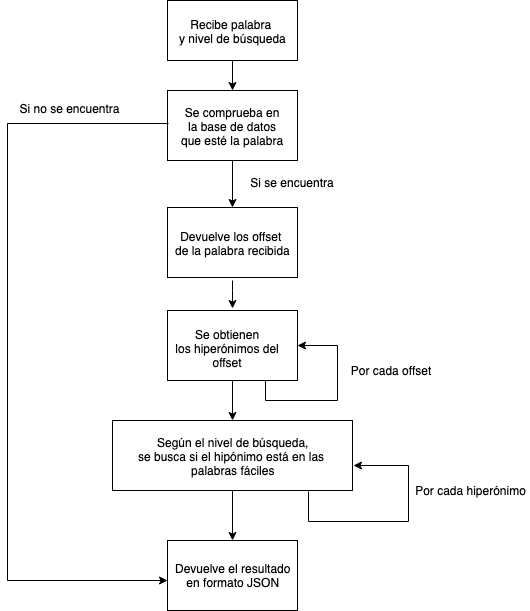
NILGroup/TFG-1819-Analogias keeps this draw.io diagram as Memoria/Imagenes/Bitmap/Capitulo4/ServiciosWeb/DiagramaFlujoHiperonimos.png. Above is the earlier version. Source tidied: cells renumbered, new cells last; positions are measured from the earlier drawing's top-left corner, leaving out a move shared by most shapes. Its diagram source:
```xml
<mxGraphModel>
  <root>
    <mxCell id="0" />
    <mxCell id="1" parent="0" />
    <mxCell id="2" style="rounded=0;whiteSpace=wrap;html=1;" parent="1" vertex="1">
      <mxGeometry x="160" width="130" height="60" as="geometry" />
    </mxCell>
    <mxCell id="3" style="rounded=0;whiteSpace=wrap;html=1;" parent="1" vertex="1">
      <mxGeometry x="160" width="130" height="60" as="geometry" />
    </mxCell>
    <mxCell id="4" style="edgeStyle=orthogonalEdgeStyle;rounded=0;jettySize=auto;html=1;entryX=0.5;entryY=0;entryDx=0;entryDy=0;exitX=0.5;exitY=1;exitDx=0;exitDy=0;" parent="1" edge="1" source="3" target="6">
      <mxGeometry relative="1" as="geometry" />
    </mxCell>
    <mxCell id="5" value="Recibe palabra&amp;nbsp;&lt;br&gt;y nivel de búsqueda&lt;br&gt;" style="text;html=1;align=center;verticalAlign=top;spacingTop=-4;" parent="1" vertex="1">
      <mxGeometry x="165" y="15" width="120" height="30" as="geometry" />
    </mxCell>
    <mxCell id="6" style="rounded=0;whiteSpace=wrap;html=1;" parent="1" vertex="1">
      <mxGeometry x="160" y="90" width="130" height="70" as="geometry" />
    </mxCell>
    <mxCell id="7" value="Se comprueba en&lt;br&gt;&amp;nbsp;la base de datos &lt;br&gt;que esté la palabra&lt;br&gt;" style="text;html=1;align=center;verticalAlign=top;spacingTop=-4;" parent="1" vertex="1">
      <mxGeometry x="165" y="103" width="120" height="40" as="geometry" />
    </mxCell>
    <mxCell id="8" style="edgeStyle=orthogonalEdgeStyle;rounded=0;jettySize=auto;html=1;entryX=0.5;entryY=0;entryDx=0;entryDy=0;" parent="1" edge="1" target="9">
      <mxGeometry relative="1" as="geometry">
        <mxPoint x="225" y="160" as="sourcePoint" />
      </mxGeometry>
    </mxCell>
    <mxCell id="9" style="rounded=0;whiteSpace=wrap;html=1;" parent="1" vertex="1">
      <mxGeometry x="160" y="207" width="130" height="70" as="geometry" />
    </mxCell>
    <mxCell id="10" style="edgeStyle=orthogonalEdgeStyle;rounded=0;orthogonalLoop=1;jettySize=auto;html=1;" parent="1" edge="1">
      <mxGeometry relative="1" as="geometry">
        <mxPoint x="225" y="280" as="sourcePoint" />
        <mxPoint x="225" y="308" as="targetPoint" />
        <Array as="points">
          <mxPoint x="225" y="290" />
          <mxPoint x="225" y="290" />
        </Array>
      </mxGeometry>
    </mxCell>
    <mxCell id="11" value="Devuelve los offset&amp;nbsp;&lt;br&gt;de la palabra recibida&lt;br&gt;" style="text;html=1;align=center;verticalAlign=top;spacingTop=-4;" parent="1" vertex="1">
      <mxGeometry x="160" y="227" width="130" height="30" as="geometry" />
    </mxCell>
    <mxCell id="12" value="Si se encuentra" style="text;html=1;strokeColor=none;fillColor=none;align=center;verticalAlign=middle;whiteSpace=wrap;rounded=0;" parent="1" vertex="1">
      <mxGeometry x="235" y="172" width="100" height="20" as="geometry" />
    </mxCell>
    <mxCell id="13" style="edgeStyle=orthogonalEdgeStyle;rounded=0;jettySize=auto;html=1;exitX=0.5;exitY=1;exitDx=0;exitDy=0;entryX=0.5;entryY=0;entryDx=0;entryDy=0;" parent="1" edge="1" source="14" target="19">
      <mxGeometry relative="1" as="geometry" />
    </mxCell>
    <mxCell id="14" style="rounded=0;whiteSpace=wrap;html=1;" parent="1" vertex="1">
      <mxGeometry x="160" y="310" width="130" height="70" as="geometry" />
    </mxCell>
    <mxCell id="15" value="Se obtienen&lt;br&gt;&amp;nbsp;los hiperónimos del&amp;nbsp;&lt;br&gt;offset&lt;br&gt;" style="text;html=1;align=center;verticalAlign=top;spacingTop=-4;" parent="1" vertex="1">
      <mxGeometry x="155" y="325" width="130" height="40" as="geometry" />
    </mxCell>
    <mxCell id="16" style="edgeStyle=orthogonalEdgeStyle;rounded=0;orthogonalLoop=1;jettySize=auto;html=1;exitX=0.75;exitY=1;exitDx=0;exitDy=0;entryX=1;entryY=0.5;entryDx=0;entryDy=0;" parent="1" edge="1" source="14" target="14">
      <mxGeometry relative="1" as="geometry">
        <Array as="points">
          <mxPoint x="258" y="400" />
          <mxPoint x="330" y="400" />
          <mxPoint x="330" y="345" />
        </Array>
      </mxGeometry>
    </mxCell>
    <mxCell id="17" value="Por cada offset" style="text;html=1;strokeColor=none;fillColor=none;align=center;verticalAlign=middle;whiteSpace=wrap;rounded=0;" parent="1" vertex="1">
      <mxGeometry x="333" y="360" width="100" height="20" as="geometry" />
    </mxCell>
    <mxCell id="18" style="edgeStyle=orthogonalEdgeStyle;rounded=0;jettySize=auto;html=1;exitX=0.5;exitY=1;exitDx=0;exitDy=0;" parent="1" edge="1" source="19" target="20">
      <mxGeometry relative="1" as="geometry" />
    </mxCell>
    <mxCell id="19" style="rounded=0;whiteSpace=wrap;html=1;" parent="1" vertex="1">
      <mxGeometry x="105" y="420" width="240" height="70" as="geometry" />
    </mxCell>
    <mxCell id="20" style="rounded=0;whiteSpace=wrap;html=1;" parent="1" vertex="1">
      <mxGeometry x="160" y="540" width="130" height="70" as="geometry" />
    </mxCell>
    <mxCell id="21" value="Según el nivel de búsqueda,&lt;br&gt;se busca si el hipónimo está en las&amp;nbsp;&lt;br&gt;palabras fáciles&lt;br&gt;" style="text;html=1;align=center;verticalAlign=top;spacingTop=-4;" parent="1" vertex="1">
      <mxGeometry x="125" y="433" width="200" height="40" as="geometry" />
    </mxCell>
    <mxCell id="22" value="Devuelve el resultado&lt;br&gt;en formato JSON&lt;br&gt;" style="text;html=1;align=center;verticalAlign=top;spacingTop=-4;" parent="1" vertex="1">
      <mxGeometry x="160" y="559" width="130" height="30" as="geometry" />
    </mxCell>
    <mxCell id="23" value="Por cada hiperónimo" style="text;html=1;strokeColor=none;fillColor=none;align=center;verticalAlign=middle;whiteSpace=wrap;rounded=0;" parent="1" vertex="1">
      <mxGeometry x="405" y="480" width="117" height="20" as="geometry" />
    </mxCell>
    <mxCell id="24" style="edgeStyle=orthogonalEdgeStyle;rounded=0;orthogonalLoop=1;jettySize=auto;html=1;entryX=1;entryY=0.629;entryDx=0;entryDy=0;entryPerimeter=0;" parent="1" edge="1">
      <mxGeometry relative="1" as="geometry">
        <mxPoint x="301" y="491" as="sourcePoint" />
        <mxPoint x="345.5" y="465" as="targetPoint" />
        <Array as="points">
          <mxPoint x="300.5" y="521" />
          <mxPoint x="400.5" y="521" />
          <mxPoint x="400.5" y="465" />
        </Array>
      </mxGeometry>
    </mxCell>
    <mxCell id="25" style="edgeStyle=orthogonalEdgeStyle;rounded=0;orthogonalLoop=1;jettySize=auto;html=1;exitX=-0.033;exitY=0.5;exitDx=0;exitDy=0;exitPerimeter=0;" parent="1" edge="1">
      <mxGeometry relative="1" as="geometry">
        <mxPoint x="161" y="123" as="sourcePoint" />
        <mxPoint x="160" y="580" as="targetPoint" />
        <Array as="points">
          <mxPoint y="123" />
          <mxPoint y="580" />
          <mxPoint x="160" y="580" />
        </Array>
      </mxGeometry>
    </mxCell>
    <mxCell id="26" value="Si no se encuentra" style="text;html=1;strokeColor=none;fillColor=none;align=center;verticalAlign=middle;whiteSpace=wrap;rounded=0;" parent="1" vertex="1">
      <mxGeometry x="5" y="98" width="115" height="20" as="geometry" />
    </mxCell>
  </root>
</mxGraphModel>
```
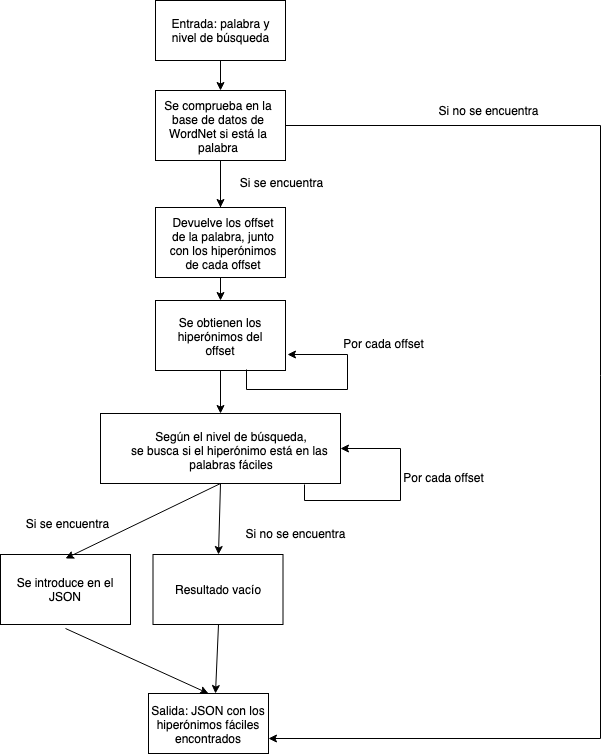
After the change.

Change to the diagram source:
```diff
@@ -2,111 +2,130 @@
   <root>
     <mxCell id="0" />
     <mxCell id="1" parent="0" />
-    <mxCell id="2" style="rounded=0;whiteSpace=wrap;html=1;" parent="1" vertex="1">
-      <mxGeometry x="160" width="130" height="60" as="geometry" />
-    </mxCell>
-    <mxCell id="3" style="rounded=0;whiteSpace=wrap;html=1;" parent="1" vertex="1">
-      <mxGeometry x="160" width="130" height="60" as="geometry" />
-    </mxCell>
-    <mxCell id="4" style="edgeStyle=orthogonalEdgeStyle;rounded=0;jettySize=auto;html=1;entryX=0.5;entryY=0;entryDx=0;entryDy=0;exitX=0.5;exitY=1;exitDx=0;exitDy=0;" parent="1" edge="1" source="3" target="6">
-      <mxGeometry relative="1" as="geometry" />
-    </mxCell>
-    <mxCell id="5" value="Recibe palabra&amp;nbsp;&lt;br&gt;y nivel de búsqueda&lt;br&gt;" style="text;html=1;align=center;verticalAlign=top;spacingTop=-4;" parent="1" vertex="1">
-      <mxGeometry x="165" y="15" width="120" height="30" as="geometry" />
-    </mxCell>
-    <mxCell id="6" style="rounded=0;whiteSpace=wrap;html=1;" parent="1" vertex="1">
-      <mxGeometry x="160" y="90" width="130" height="70" as="geometry" />
-    </mxCell>
-    <mxCell id="7" value="Se comprueba en&lt;br&gt;&amp;nbsp;la base de datos &lt;br&gt;que esté la palabra&lt;br&gt;" style="text;html=1;align=center;verticalAlign=top;spacingTop=-4;" parent="1" vertex="1">
-      <mxGeometry x="165" y="103" width="120" height="40" as="geometry" />
-    </mxCell>
-    <mxCell id="8" style="edgeStyle=orthogonalEdgeStyle;rounded=0;jettySize=auto;html=1;entryX=0.5;entryY=0;entryDx=0;entryDy=0;" parent="1" edge="1" target="9">
-      <mxGeometry relative="1" as="geometry">
-        <mxPoint x="225" y="160" as="sourcePoint" />
-      </mxGeometry>
-    </mxCell>
-    <mxCell id="9" style="rounded=0;whiteSpace=wrap;html=1;" parent="1" vertex="1">
-      <mxGeometry x="160" y="207" width="130" height="70" as="geometry" />
-    </mxCell>
-    <mxCell id="10" style="edgeStyle=orthogonalEdgeStyle;rounded=0;orthogonalLoop=1;jettySize=auto;html=1;" parent="1" edge="1">
-      <mxGeometry relative="1" as="geometry">
-        <mxPoint x="225" y="280" as="sourcePoint" />
-        <mxPoint x="225" y="308" as="targetPoint" />
-        <Array as="points">
-          <mxPoint x="225" y="290" />
-          <mxPoint x="225" y="290" />
-        </Array>
-      </mxGeometry>
-    </mxCell>
-    <mxCell id="11" value="Devuelve los offset&amp;nbsp;&lt;br&gt;de la palabra recibida&lt;br&gt;" style="text;html=1;align=center;verticalAlign=top;spacingTop=-4;" parent="1" vertex="1">
-      <mxGeometry x="160" y="227" width="130" height="30" as="geometry" />
-    </mxCell>
-    <mxCell id="12" value="Si se encuentra" style="text;html=1;strokeColor=none;fillColor=none;align=center;verticalAlign=middle;whiteSpace=wrap;rounded=0;" parent="1" vertex="1">
-      <mxGeometry x="235" y="172" width="100" height="20" as="geometry" />
-    </mxCell>
-    <mxCell id="13" style="edgeStyle=orthogonalEdgeStyle;rounded=0;jettySize=auto;html=1;exitX=0.5;exitY=1;exitDx=0;exitDy=0;entryX=0.5;entryY=0;entryDx=0;entryDy=0;" parent="1" edge="1" source="14" target="19">
-      <mxGeometry relative="1" as="geometry" />
-    </mxCell>
-    <mxCell id="14" style="rounded=0;whiteSpace=wrap;html=1;" parent="1" vertex="1">
-      <mxGeometry x="160" y="310" width="130" height="70" as="geometry" />
-    </mxCell>
+    <mxCell id="27" style="rounded=0;whiteSpace=wrap;html=1;" parent="1" vertex="1">
+      <mxGeometry x="-45" y="-40" width="130" height="60" as="geometry" />
+    </mxCell>
+    <mxCell id="28" style="edgeStyle=orthogonalEdgeStyle;rounded=0;jettySize=auto;html=1;entryX=0.5;entryY=0;entryDx=0;entryDy=0;exitX=0.5;exitY=1;exitDx=0;exitDy=0;" parent="1" edge="1" source="27" target="30">
+      <mxGeometry relative="1" as="geometry" />
+    </mxCell>
+    <mxCell id="29" style="edgeStyle=orthogonalEdgeStyle;rounded=0;jettySize=auto;html=1;" parent="1" edge="1" source="30">
+      <mxGeometry relative="1" as="geometry">
+        <mxPoint x="20" y="180" as="targetPoint" />
+      </mxGeometry>
+    </mxCell>
+    <mxCell id="30" style="rounded=0;whiteSpace=wrap;html=1;" parent="1" vertex="1">
+      <mxGeometry x="-45" y="50" width="130" height="70" as="geometry" />
+    </mxCell>
+    <mxCell id="31" style="edgeStyle=orthogonalEdgeStyle;rounded=0;jettySize=auto;html=1;entryX=0.5;entryY=0;entryDx=0;entryDy=0;" parent="1" edge="1" target="33">
+      <mxGeometry relative="1" as="geometry">
+        <mxPoint x="20" y="120" as="sourcePoint" />
+      </mxGeometry>
+    </mxCell>
+    <mxCell id="32" style="edgeStyle=orthogonalEdgeStyle;rounded=0;jettySize=auto;html=1;exitX=0.5;exitY=1;exitDx=0;exitDy=0;entryX=0.5;entryY=0;entryDx=0;entryDy=0;" parent="1" edge="1" source="33" target="52">
+      <mxGeometry relative="1" as="geometry" />
+    </mxCell>
+    <mxCell id="33" style="rounded=0;whiteSpace=wrap;html=1;" parent="1" vertex="1">
+      <mxGeometry x="-45" y="167" width="130" height="70" as="geometry" />
+    </mxCell>
+    <mxCell id="34" style="rounded=0;whiteSpace=wrap;html=1;" parent="1" vertex="1">
+      <mxGeometry x="-100" y="373" width="240" height="70" as="geometry" />
+    </mxCell>
+    <mxCell id="35" value="Según el nivel de búsqueda,&lt;br&gt;se busca si el hiperónimo está en las&amp;nbsp;&lt;br&gt;palabras fáciles&lt;br&gt;" style="text;html=1;align=center;verticalAlign=top;spacingTop=-4;" parent="1" vertex="1">
+      <mxGeometry x="-79" y="387" width="220" height="40" as="geometry" />
+    </mxCell>
+    <mxCell id="36" value="Si se encuentra" style="text;html=1;strokeColor=none;fillColor=none;align=center;verticalAlign=middle;whiteSpace=wrap;rounded=0;" parent="1" vertex="1">
+      <mxGeometry x="30" y="132" width="100" height="20" as="geometry" />
+    </mxCell>
+    <mxCell id="37" value="Se introduce en el JSON" style="rounded=0;whiteSpace=wrap;html=1;" parent="1" vertex="1">
+      <mxGeometry x="-200" y="514" width="130" height="70" as="geometry" />
+    </mxCell>
+    <mxCell id="38" value="Entrada: palabra y nivel de búsqueda" style="text;html=1;strokeColor=none;fillColor=none;align=center;verticalAlign=middle;whiteSpace=wrap;rounded=0;" parent="1" vertex="1">
+      <mxGeometry x="-35" y="-40" width="110" height="60" as="geometry" />
+    </mxCell>
+    <mxCell id="39" value="Se comprueba en la base de datos de WordNet si está la palabra" style="text;html=1;strokeColor=none;fillColor=none;align=center;verticalAlign=middle;whiteSpace=wrap;rounded=0;" parent="1" vertex="1">
+      <mxGeometry x="-45" y="50" width="125" height="70" as="geometry" />
+    </mxCell>
+    <mxCell id="40" value="Devuelve los offset de la palabra, junto con los hiperónimos de cada offset" style="text;html=1;strokeColor=none;fillColor=none;align=center;verticalAlign=middle;whiteSpace=wrap;rounded=0;" parent="1" vertex="1">
+      <mxGeometry x="-35" y="172" width="115" height="60" as="geometry" />
+    </mxCell>
+    <mxCell id="41" style="endArrow=classic;html=1;exitX=0.5;exitY=1;exitDx=0;exitDy=0;entryX=0.5;entryY=0;entryDx=0;entryDy=0;" parent="1" edge="1" source="34">
+      <mxGeometry relative="1" as="geometry">
+        <mxPoint x="-135" y="518" as="targetPoint" />
+      </mxGeometry>
+    </mxCell>
+    <mxCell id="42" value="Resultado vacío" style="rounded=0;whiteSpace=wrap;html=1;" parent="1" vertex="1">
+      <mxGeometry x="-47.5" y="514" width="130" height="70" as="geometry" />
+    </mxCell>
+    <mxCell id="43" style="endArrow=classic;html=1;exitX=0.5;exitY=1;exitDx=0;exitDy=0;entryX=0.5;entryY=0;entryDx=0;entryDy=0;" parent="1" edge="1" source="34" target="42">
+      <mxGeometry relative="1" as="geometry" />
+    </mxCell>
+    <mxCell id="44" value="Si se encuentra" style="text;html=1;strokeColor=none;fillColor=none;align=center;verticalAlign=middle;whiteSpace=wrap;rounded=0;" parent="1" vertex="1">
+      <mxGeometry x="-189" y="472.5" width="110" height="20" as="geometry" />
+    </mxCell>
+    <mxCell id="45" value="Si no se encuentra" style="text;html=1;strokeColor=none;fillColor=none;align=center;verticalAlign=middle;whiteSpace=wrap;rounded=0;" parent="1" vertex="1">
+      <mxGeometry x="30" y="482.5" width="130" height="20" as="geometry" />
+    </mxCell>
+    <mxCell id="46" style="endArrow=classic;html=1;exitX=0.85;exitY=1.014;exitDx=0;exitDy=0;exitPerimeter=0;entryX=1;entryY=0.5;entryDx=0;entryDy=0;rounded=0;" parent="1" edge="1" source="34" target="34">
+      <mxGeometry relative="1" as="geometry">
+        <Array as="points">
+          <mxPoint x="104" y="460" />
+          <mxPoint x="200" y="460" />
+          <mxPoint x="200" y="408" />
+        </Array>
+      </mxGeometry>
+    </mxCell>
+    <mxCell id="17" value="Por cada offset" style="text;html=1;strokeColor=none;fillColor=none;align=center;verticalAlign=middle;whiteSpace=wrap;rounded=0;" parent="1" vertex="1">
+      <mxGeometry x="183.5" y="427" width="120" height="20" as="geometry" />
+    </mxCell>
+    <mxCell id="47" value="Salida: JSON con los hiperónimos fáciles encontrados" style="rounded=0;whiteSpace=wrap;html=1;" parent="1" vertex="1">
+      <mxGeometry x="-52" y="653" width="120" height="60" as="geometry" />
+    </mxCell>
+    <mxCell id="48" style="endArrow=classic;html=1;exitX=0.5;exitY=1;exitDx=0;exitDy=0;entryX=0.5;entryY=0;entryDx=0;entryDy=0;" parent="1" edge="1" target="47">
+      <mxGeometry relative="1" as="geometry">
+        <mxPoint x="-135" y="588" as="sourcePoint" />
+      </mxGeometry>
+    </mxCell>
+    <mxCell id="49" style="endArrow=classic;html=1;exitX=0.5;exitY=1;exitDx=0;exitDy=0;" parent="1" edge="1" source="42">
+      <mxGeometry relative="1" as="geometry">
+        <mxPoint x="15" y="653" as="targetPoint" />
+      </mxGeometry>
+    </mxCell>
+    <mxCell id="50" style="endArrow=classic;html=1;exitX=1;exitY=0.5;exitDx=0;exitDy=0;entryX=1;entryY=0.75;entryDx=0;entryDy=0;rounded=0;" parent="1" edge="1" source="30" target="47">
+      <mxGeometry relative="1" as="geometry">
+        <Array as="points">
+          <mxPoint x="400" y="85" />
+          <mxPoint x="400" y="335" />
+          <mxPoint x="400" y="698" />
+        </Array>
+      </mxGeometry>
+    </mxCell>
+    <mxCell id="51" value="Si no se encuentra" style="text;html=1;strokeColor=none;fillColor=none;align=center;verticalAlign=middle;whiteSpace=wrap;rounded=0;" parent="1" vertex="1">
+      <mxGeometry x="225" y="60" width="125" height="20" as="geometry" />
+    </mxCell>
+    <mxCell id="52" style="rounded=0;whiteSpace=wrap;html=1;" parent="1" vertex="1">
+      <mxGeometry x="-45" y="260" width="130" height="70" as="geometry" />
+    </mxCell>
+    <mxCell id="53" style="edgeStyle=orthogonalEdgeStyle;rounded=0;jettySize=auto;html=1;entryX=0.5;entryY=0;entryDx=0;entryDy=0;" parent="1" edge="1" target="34">
+      <mxGeometry relative="1" as="geometry">
+        <mxPoint x="20" y="330" as="sourcePoint" />
+      </mxGeometry>
+    </mxCell>
+    <mxCell id="54" style="edgeStyle=orthogonalEdgeStyle;rounded=0;orthogonalLoop=1;jettySize=auto;html=1;exitX=0.75;exitY=1;exitDx=0;exitDy=0;" parent="1" edge="1">
+      <mxGeometry relative="1" as="geometry">
+        <mxPoint x="46" y="329" as="sourcePoint" />
+        <mxPoint x="87" y="314" as="targetPoint" />
+        <Array as="points">
+          <mxPoint x="46" y="349" />
+          <mxPoint x="147" y="349" />
+          <mxPoint x="147" y="314" />
+        </Array>
+      </mxGeometry>
+    </mxCell>
-    <mxCell id="15" value="Se obtienen&lt;br&gt;&amp;nbsp;los hiperónimos del&amp;nbsp;&lt;br&gt;offset&lt;br&gt;" style="text;html=1;align=center;verticalAlign=top;spacingTop=-4;" parent="1" vertex="1">
-      <mxGeometry x="155" y="325" width="130" height="40" as="geometry" />
+    <mxCell id="15" value="Se obtienen los hiperónimos del offset" style="text;html=1;strokeColor=none;fillColor=none;align=center;verticalAlign=middle;whiteSpace=wrap;rounded=0;" parent="1" vertex="1">
+      <mxGeometry x="-37.5" y="265" width="115" height="60" as="geometry" />
     </mxCell>
-    <mxCell id="16" style="edgeStyle=orthogonalEdgeStyle;rounded=0;orthogonalLoop=1;jettySize=auto;html=1;exitX=0.75;exitY=1;exitDx=0;exitDy=0;entryX=1;entryY=0.5;entryDx=0;entryDy=0;" parent="1" edge="1" source="14" target="14">
-      <mxGeometry relative="1" as="geometry">
-        <Array as="points">
-          <mxPoint x="258" y="400" />
-          <mxPoint x="330" y="400" />
-          <mxPoint x="330" y="345" />
-        </Array>
-      </mxGeometry>
-    </mxCell>
-    <mxCell id="17" value="Por cada offset" style="text;html=1;strokeColor=none;fillColor=none;align=center;verticalAlign=middle;whiteSpace=wrap;rounded=0;" parent="1" vertex="1">
-      <mxGeometry x="333" y="360" width="100" height="20" as="geometry" />
-    </mxCell>
-    <mxCell id="18" style="edgeStyle=orthogonalEdgeStyle;rounded=0;jettySize=auto;html=1;exitX=0.5;exitY=1;exitDx=0;exitDy=0;" parent="1" edge="1" source="19" target="20">
-      <mxGeometry relative="1" as="geometry" />
-    </mxCell>
-    <mxCell id="19" style="rounded=0;whiteSpace=wrap;html=1;" parent="1" vertex="1">
-      <mxGeometry x="105" y="420" width="240" height="70" as="geometry" />
-    </mxCell>
-    <mxCell id="20" style="rounded=0;whiteSpace=wrap;html=1;" parent="1" vertex="1">
-      <mxGeometry x="160" y="540" width="130" height="70" as="geometry" />
-    </mxCell>
-    <mxCell id="21" value="Según el nivel de búsqueda,&lt;br&gt;se busca si el hipónimo está en las&amp;nbsp;&lt;br&gt;palabras fáciles&lt;br&gt;" style="text;html=1;align=center;verticalAlign=top;spacingTop=-4;" parent="1" vertex="1">
-      <mxGeometry x="125" y="433" width="200" height="40" as="geometry" />
-    </mxCell>
-    <mxCell id="22" value="Devuelve el resultado&lt;br&gt;en formato JSON&lt;br&gt;" style="text;html=1;align=center;verticalAlign=top;spacingTop=-4;" parent="1" vertex="1">
-      <mxGeometry x="160" y="559" width="130" height="30" as="geometry" />
-    </mxCell>
-    <mxCell id="23" value="Por cada hiperónimo" style="text;html=1;strokeColor=none;fillColor=none;align=center;verticalAlign=middle;whiteSpace=wrap;rounded=0;" parent="1" vertex="1">
-      <mxGeometry x="405" y="480" width="117" height="20" as="geometry" />
-    </mxCell>
-    <mxCell id="24" style="edgeStyle=orthogonalEdgeStyle;rounded=0;orthogonalLoop=1;jettySize=auto;html=1;entryX=1;entryY=0.629;entryDx=0;entryDy=0;entryPerimeter=0;" parent="1" edge="1">
-      <mxGeometry relative="1" as="geometry">
-        <mxPoint x="301" y="491" as="sourcePoint" />
-        <mxPoint x="345.5" y="465" as="targetPoint" />
-        <Array as="points">
-          <mxPoint x="300.5" y="521" />
-          <mxPoint x="400.5" y="521" />
-          <mxPoint x="400.5" y="465" />
-        </Array>
-      </mxGeometry>
-    </mxCell>
-    <mxCell id="25" style="edgeStyle=orthogonalEdgeStyle;rounded=0;orthogonalLoop=1;jettySize=auto;html=1;exitX=-0.033;exitY=0.5;exitDx=0;exitDy=0;exitPerimeter=0;" parent="1" edge="1">
-      <mxGeometry relative="1" as="geometry">
-        <mxPoint x="161" y="123" as="sourcePoint" />
-        <mxPoint x="160" y="580" as="targetPoint" />
-        <Array as="points">
-          <mxPoint y="123" />
-          <mxPoint y="580" />
-          <mxPoint x="160" y="580" />
-        </Array>
-      </mxGeometry>
-    </mxCell>
-    <mxCell id="26" value="Si no se encuentra" style="text;html=1;strokeColor=none;fillColor=none;align=center;verticalAlign=middle;whiteSpace=wrap;rounded=0;" parent="1" vertex="1">
-      <mxGeometry x="5" y="98" width="115" height="20" as="geometry" />
-    </mxCell>
+    <mxCell id="55" value="Por cada offset&lt;br&gt;" style="text;html=1;strokeColor=none;fillColor=none;align=center;verticalAlign=middle;whiteSpace=wrap;rounded=0;" parent="1" vertex="1">
+      <mxGeometry x="121" y="293" width="125" height="20" as="geometry" />
+    </mxCell>
   </root>
 </mxGraphModel>
```
